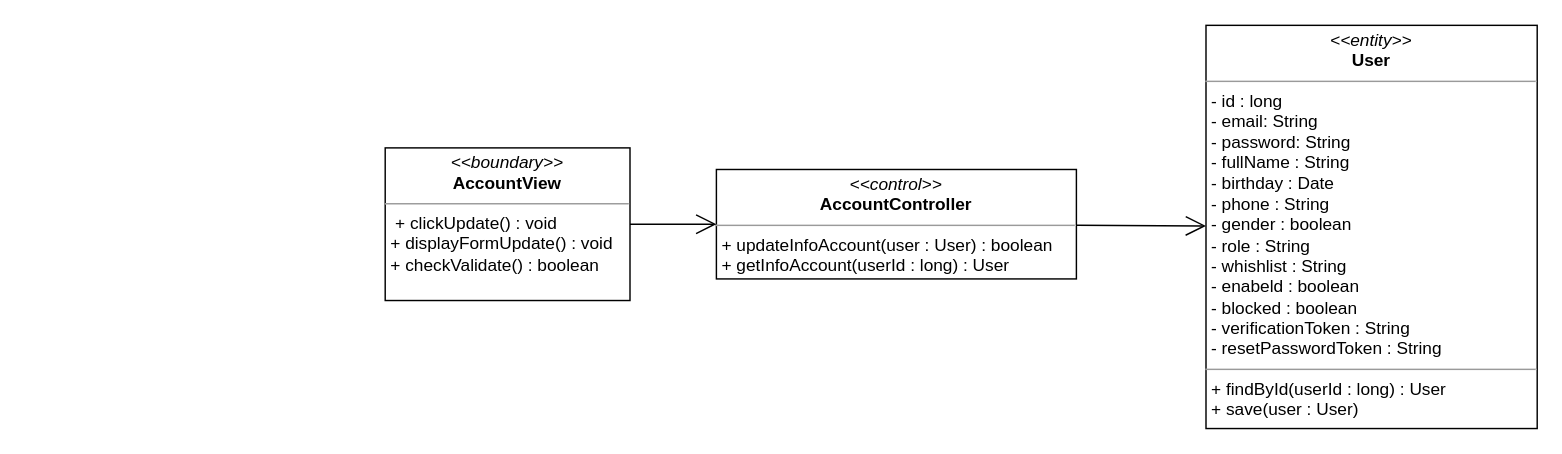
This is class diagram/update-info-account-class-diagram.drawio from nguyenphamvan/datn_20202, a draw.io file, before an edit. Source tidied: cells renumbered, new cells numbered last; positions are measured from the earlier drawing's top-left corner, leaving out a move shared by most shapes. Both pictures are drawn from the tidied source at 144%, with x=0, y=0 at pixel (384, 24).
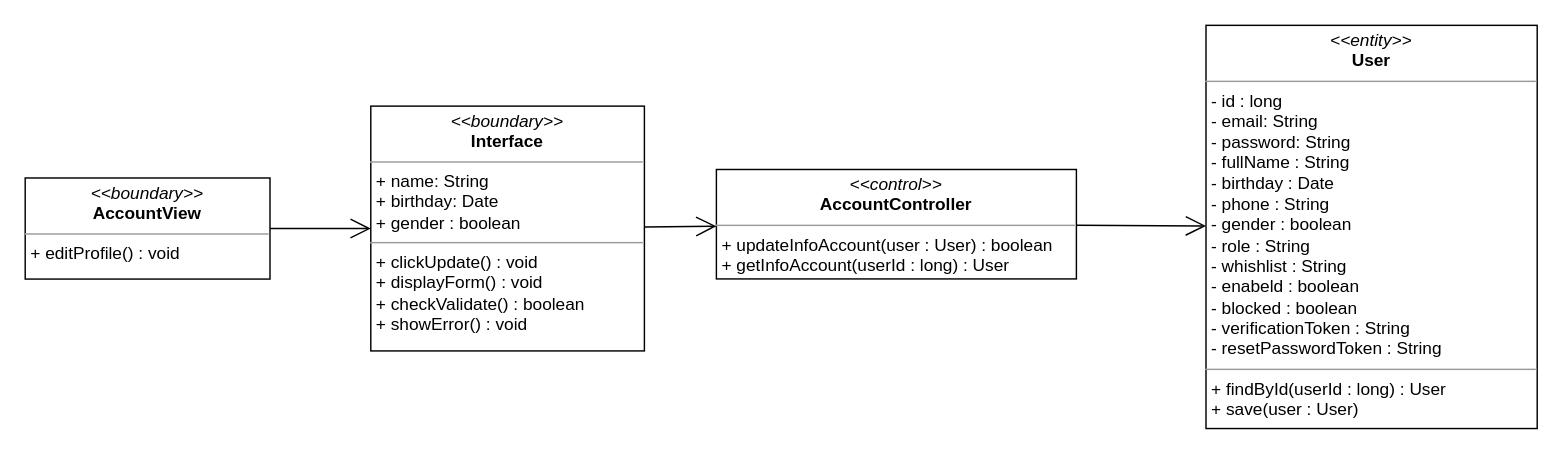
Above is the later version.

What changed in the source:
```diff
@@
 <mxGraphModel>
   <root>
     <mxCell id="0" />
     <mxCell id="1" parent="0" />
-    <mxCell id="2" value="&lt;p style=&quot;margin: 0px ; margin-top: 4px ; text-align: center&quot;&gt;&lt;i&gt;&amp;lt;&amp;lt;boundary&amp;gt;&amp;gt;&lt;/i&gt;&lt;br&gt;&lt;b&gt;AccountView&lt;/b&gt;&lt;/p&gt;&lt;hr size=&quot;1&quot;&gt;&lt;p style=&quot;margin: 0px ; margin-left: 4px&quot;&gt;&lt;span&gt;&amp;nbsp;&lt;/span&gt;&lt;span&gt;+ clickUpdate() : void&lt;/span&gt;&lt;/p&gt;&lt;p style=&quot;margin: 0px ; margin-left: 4px&quot;&gt;&lt;span&gt;+ displayFormUpdate() : void&lt;/span&gt;&lt;/p&gt;&lt;p style=&quot;margin: 0px ; margin-left: 4px&quot;&gt;&lt;span&gt;+ checkValidate() : boolean&lt;/span&gt;&lt;/p&gt;" style="verticalAlign=top;align=left;overflow=fill;fontSize=12;fontFamily=Helvetica;html=1;" parent="1" vertex="1">
-      <mxGeometry y="85.2" width="170" height="106" as="geometry" />
-    </mxCell>
     <mxCell id="3" value="&lt;p style=&quot;margin: 0px ; margin-top: 4px ; text-align: center&quot;&gt;&lt;i&gt;&amp;lt;&amp;lt;entity&amp;gt;&amp;gt;&lt;/i&gt;&lt;br&gt;&lt;b&gt;User&lt;/b&gt;&lt;/p&gt;&lt;hr size=&quot;1&quot;&gt;&lt;p style=&quot;margin: 0px ; margin-left: 4px&quot;&gt;- id : long&lt;/p&gt;&lt;p style=&quot;margin: 0px ; margin-left: 4px&quot;&gt;- email: String&lt;br&gt;- password: String&lt;/p&gt;&lt;p style=&quot;margin: 0px ; margin-left: 4px&quot;&gt;- fullName : String&lt;/p&gt;&lt;p style=&quot;margin: 0px ; margin-left: 4px&quot;&gt;- birthday : Date&lt;/p&gt;&lt;p style=&quot;margin: 0px ; margin-left: 4px&quot;&gt;- phone : String&lt;/p&gt;&lt;p style=&quot;margin: 0px ; margin-left: 4px&quot;&gt;- gender : boolean&lt;/p&gt;&lt;p style=&quot;margin: 0px ; margin-left: 4px&quot;&gt;- role : String&lt;/p&gt;&lt;p style=&quot;margin: 0px ; margin-left: 4px&quot;&gt;- whishlist : String&lt;/p&gt;&lt;p style=&quot;margin: 0px ; margin-left: 4px&quot;&gt;- enabeld : boolean&lt;/p&gt;&lt;p style=&quot;margin: 0px ; margin-left: 4px&quot;&gt;- blocked : boolean&lt;/p&gt;&lt;p style=&quot;margin: 0px ; margin-left: 4px&quot;&gt;- verificationToken : String&lt;/p&gt;&lt;p style=&quot;margin: 0px ; margin-left: 4px&quot;&gt;- resetPasswordToken : String&lt;/p&gt;&lt;hr size=&quot;1&quot;&gt;&lt;p style=&quot;margin: 0px ; margin-left: 4px&quot;&gt;+ findById(userId : long) : User&lt;/p&gt;&lt;p style=&quot;margin: 0px ; margin-left: 4px&quot;&gt;+ save(user : User)&lt;/p&gt;" style="verticalAlign=top;align=left;overflow=fill;fontSize=12;fontFamily=Helvetica;html=1;" parent="1" vertex="1">
       <mxGeometry x="570" y="0.1" width="230" height="280" as="geometry" />
     </mxCell>
     <mxCell id="4" value="&lt;p style=&quot;margin: 0px ; margin-top: 4px ; text-align: center&quot;&gt;&lt;i&gt;&amp;lt;&amp;lt;control&amp;gt;&amp;gt;&lt;/i&gt;&lt;br&gt;&lt;b&gt;AccountController&lt;/b&gt;&lt;br&gt;&lt;/p&gt;&lt;hr size=&quot;1&quot;&gt;&lt;p style=&quot;margin: 0px ; margin-left: 4px&quot;&gt;&lt;/p&gt;&lt;p style=&quot;margin: 0px ; margin-left: 4px&quot;&gt;+ updateInfoAccount(user : User) : boolean&lt;br&gt;&lt;/p&gt;&lt;p style=&quot;margin: 0px ; margin-left: 4px&quot;&gt;+ getInfoAccount(userId : long) : User&lt;/p&gt;" style="verticalAlign=top;align=left;overflow=fill;fontSize=12;fontFamily=Helvetica;html=1;" parent="1" vertex="1">
       <mxGeometry x="230" y="100.2" width="250" height="76" as="geometry" />
     </mxCell>
-    <mxCell id="5" style="endArrow=open;endFill=1;endSize=12;html=1;exitX=1;exitY=0.5;exitDx=0;exitDy=0;" parent="1" edge="1" source="2" target="4">
+    <mxCell id="5" style="endArrow=open;endFill=1;endSize=12;html=1;" parent="1" edge="1" source="9" target="4">
       <mxGeometry relative="1" as="geometry" />
     </mxCell>
     <mxCell id="6" style="endArrow=open;endFill=1;endSize=12;html=1;strokeColor=#000000;" parent="1" edge="1" source="4" target="3">
       <mxGeometry relative="1" as="geometry" />
     </mxCell>
+    <mxCell id="7" value="&lt;p style=&quot;margin: 0px ; margin-top: 4px ; text-align: center&quot;&gt;&lt;i&gt;&amp;lt;&amp;lt;boundary&amp;gt;&amp;gt;&lt;/i&gt;&lt;br&gt;&lt;b&gt;AccountView&lt;/b&gt;&lt;/p&gt;&lt;hr size=&quot;1&quot;&gt;&lt;p style=&quot;margin: 0px ; margin-left: 4px&quot;&gt;&lt;span&gt;+ editProfile() : void&lt;/span&gt;&lt;/p&gt;" style="verticalAlign=top;align=left;overflow=fill;fontSize=12;fontFamily=Helvetica;html=1;" parent="1" vertex="1">
+      <mxGeometry x="-250" y="106.1" width="170" height="70.2" as="geometry" />
+    </mxCell>
+    <mxCell id="8" style="endArrow=open;endFill=1;endSize=12;html=1;" parent="1" edge="1" source="7" target="9">
+      <mxGeometry relative="1" as="geometry" />
+    </mxCell>
+    <mxCell id="9" value="&lt;p style=&quot;margin: 0px ; margin-top: 4px ; text-align: center&quot;&gt;&lt;i&gt;&amp;lt;&amp;lt;boundary&amp;gt;&amp;gt;&lt;/i&gt;&lt;br&gt;&lt;b&gt;Interface&lt;/b&gt;&lt;/p&gt;&lt;hr size=&quot;1&quot;&gt;&lt;p style=&quot;margin: 0px ; margin-left: 4px&quot;&gt;+ name: String&lt;br&gt;+ birthday: Date&lt;/p&gt;&lt;p style=&quot;margin: 0px ; margin-left: 4px&quot;&gt;+ gender : boolean&lt;/p&gt;&lt;hr size=&quot;1&quot;&gt;&lt;p style=&quot;margin: 0px 0px 0px 4px&quot;&gt;+ clickUpdate() : void&lt;/p&gt;&lt;p style=&quot;margin: 0px 0px 0px 4px&quot;&gt;+ displayForm() : void&lt;/p&gt;&lt;p style=&quot;margin: 0px 0px 0px 4px&quot;&gt;+ checkValidate() : boolean&lt;/p&gt;&lt;p style=&quot;margin: 0px 0px 0px 4px&quot;&gt;+ showError() : void&lt;/p&gt;" style="verticalAlign=top;align=left;overflow=fill;fontSize=12;fontFamily=Helvetica;html=1;" parent="1" vertex="1">
+      <mxGeometry x="-10" y="56.2" width="190" height="170" as="geometry" />
+    </mxCell>
   </root>
 </mxGraphModel>
```
